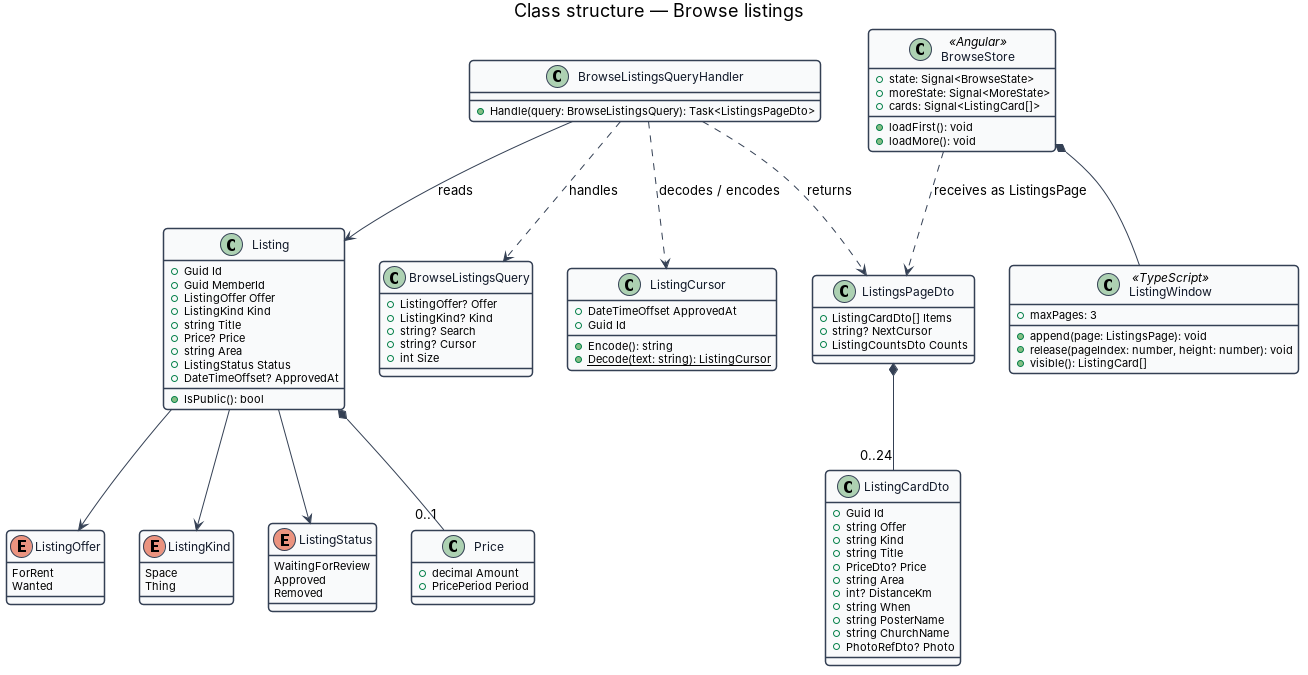
The PlantUML diagram docs/detailed-designs/browse/browse-listings/diagrams/class-structure.png in QuinntyneBrown/christian-rent, before a commit. Its source is kept beside it as docs/detailed-designs/browse/browse-listings/diagrams/class-structure.puml.
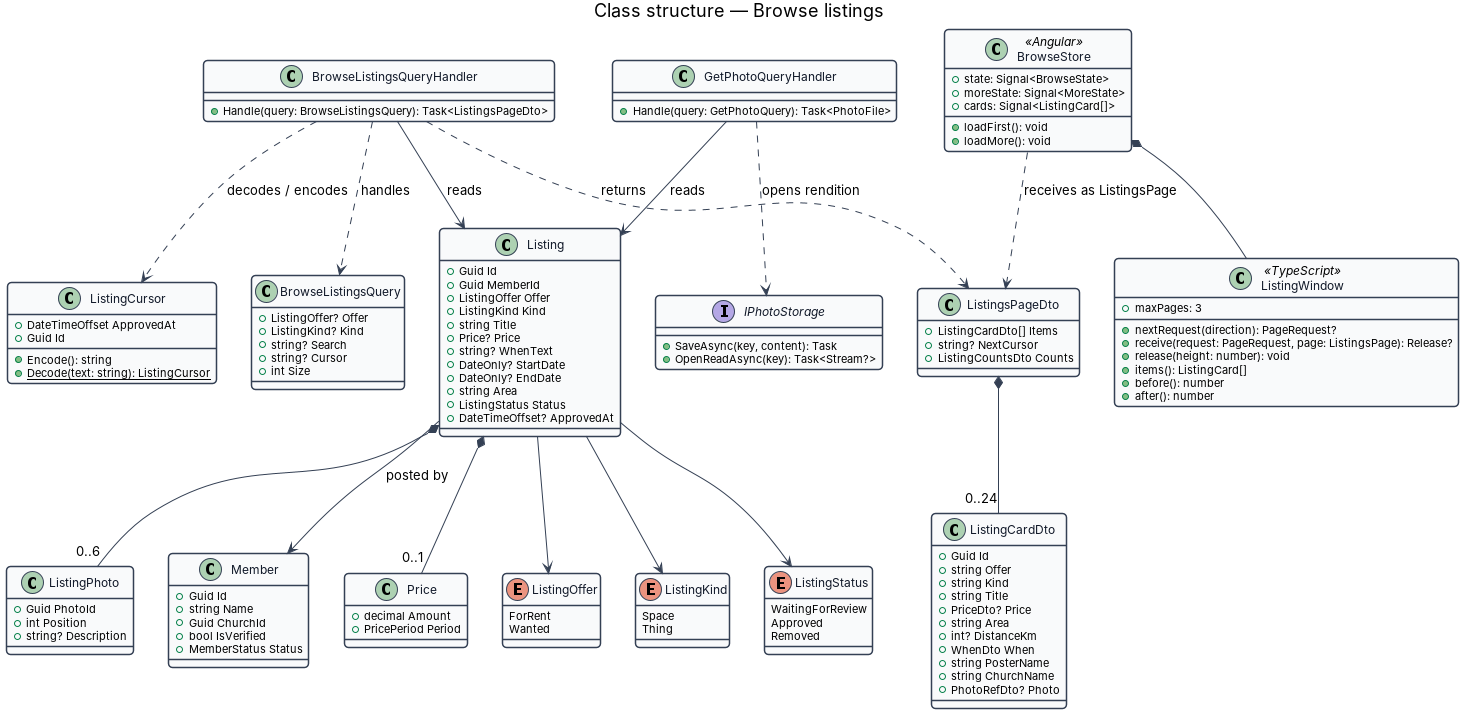
The same file after the commit.

What changed in the source:
```diff
@@ -31,10 +31,24 @@
   +ListingKind Kind
   +string Title
   +Price? Price
+  +string? WhenText
+  +DateOnly? StartDate
+  +DateOnly? EndDate
   +string Area
   +ListingStatus Status
   +DateTimeOffset? ApprovedAt
-  +IsPublic(): bool
+}
+class ListingPhoto {
+  +Guid PhotoId
+  +int Position
+  +string? Description
+}
+class Member {
+  +Guid Id
+  +string Name
+  +Guid ChurchId
+  +bool IsVerified
+  +MemberStatus Status
 }
 class Price {
   +decimal Amount
@@ -69,7 +83,7 @@
   +PriceDto? Price
   +string Area
   +int? DistanceKm
-  +string When
+  +WhenDto When
   +string PosterName
   +string ChurchName
   +PhotoRefDto? Photo
@@ -83,9 +97,19 @@
 }
 class ListingWindow <<TypeScript>> {
   +maxPages: 3
-  +append(page: ListingsPage): void
-  +release(pageIndex: number, height: number): void
-  +visible(): ListingCard[]
+  +nextRequest(direction): PageRequest?
+  +receive(request: PageRequest, page: ListingsPage): Release?
+  +release(height: number): void
+  +items(): ListingCard[]
+  +before(): number
+  +after(): number
+}
+class GetPhotoQueryHandler {
+  +Handle(query: GetPhotoQuery): Task<PhotoFile>
+}
+interface IPhotoStorage {
+  +SaveAsync(key, content): Task
+  +OpenReadAsync(key): Task<Stream?>
 }
 BrowseListingsQueryHandler ..> BrowseListingsQuery : handles
 BrowseListingsQueryHandler ..> ListingCursor : decodes / encodes
@@ -96,6 +120,10 @@
 Listing --> ListingKind
 Listing --> ListingStatus
 Listing *-- "0..1" Price
+Listing *-- "0..6" ListingPhoto
+Listing --> Member : posted by
+GetPhotoQueryHandler --> Listing : reads
+GetPhotoQueryHandler ..> IPhotoStorage : opens rendition
 BrowseStore *-- ListingWindow
 BrowseStore ..> ListingsPageDto : receives as ListingsPage
 @enduml
```
